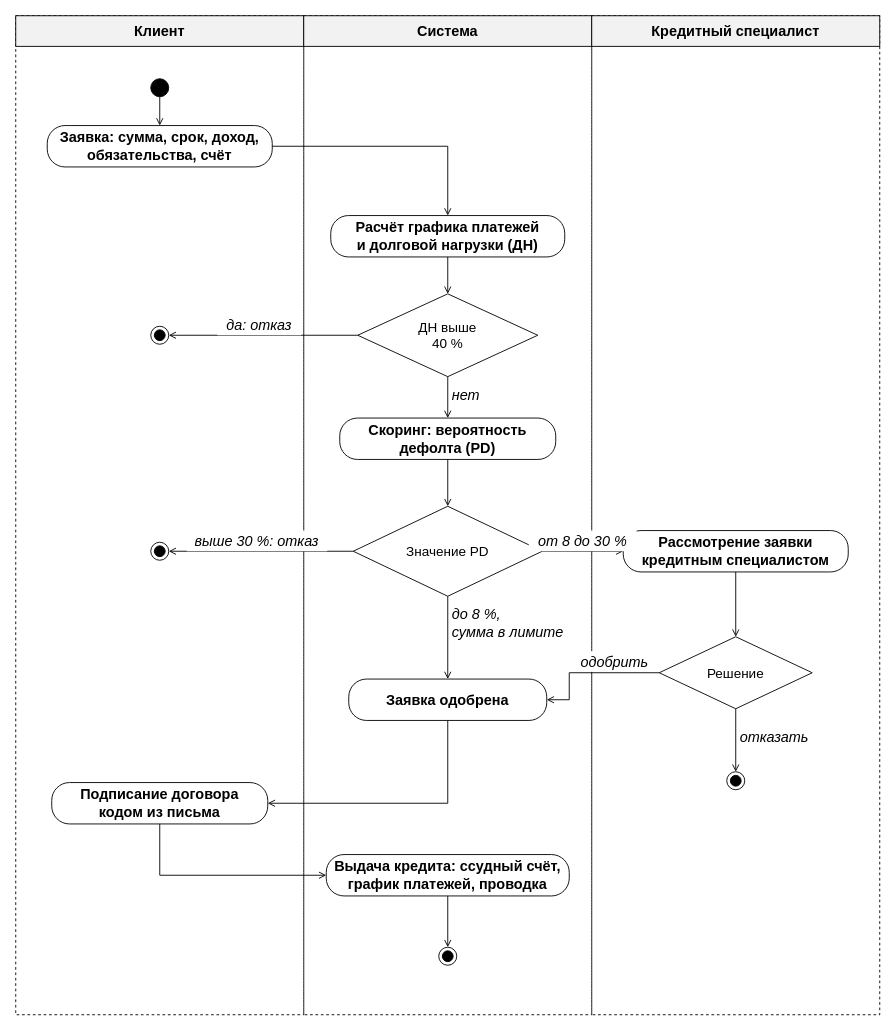
vladmeshkov/js-course-work keeps this draw.io diagram as page "Оформление кредита" (3 of 6) of docs/diagrams/views.drawio. Above is the earlier version. Source tidied: cells renumbered, new cells numbered last; positions are measured from the earlier drawing's top-left corner, leaving out a move shared by most shapes. Both pictures are drawn from the tidied source at 90%, with x=0, y=0 at pixel (15, 15).
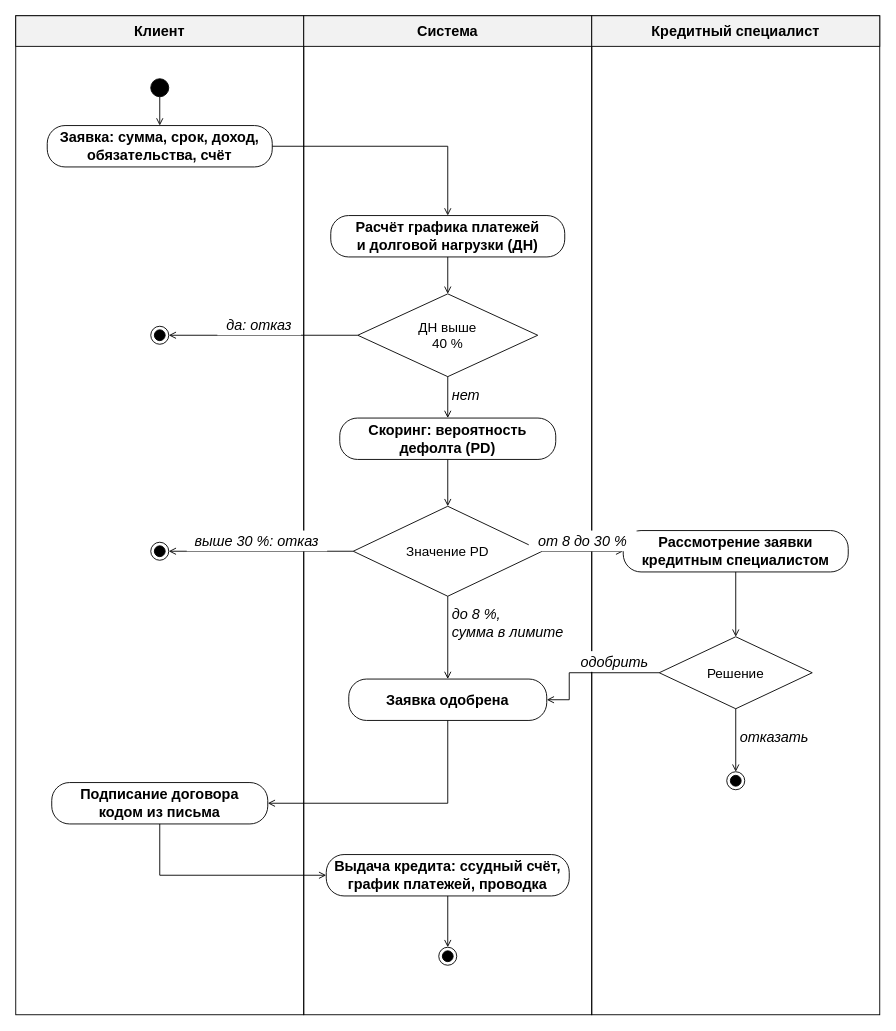
Above is the later version.

Change to the diagram source:
```diff
@@
-    <mxCell id="2" style="html=1;whiteSpace=wrap;fontFamily=Arial;fontSize=16;rounded=0;fillColor=none;strokeColor=#000;dashed=1;verticalAlign=top;align=left;spacingLeft=10;spacingTop=2;" parent="1" vertex="1">
+    <mxCell id="2" style="html=1;whiteSpace=wrap;fontFamily=Arial;fontSize=16;rounded=0;fillColor=none;strokeColor=#000;verticalAlign=top;align=left;spacingLeft=10;spacingTop=2;" parent="1" vertex="1">
       <mxGeometry width="320" height="1110" as="geometry" />
     </mxCell>
-    <mxCell id="3" style="html=1;whiteSpace=wrap;fontFamily=Arial;fontSize=16;rounded=0;fillColor=none;strokeColor=#000;dashed=1;verticalAlign=top;align=left;spacingLeft=10;spacingTop=2;" parent="1" vertex="1">
+    <mxCell id="3" style="html=1;whiteSpace=wrap;fontFamily=Arial;fontSize=16;rounded=0;fillColor=none;strokeColor=#000;verticalAlign=top;align=left;spacingLeft=10;spacingTop=2;" parent="1" vertex="1">
       <mxGeometry x="320" width="320" height="1110" as="geometry" />
     </mxCell>
-    <mxCell id="4" style="html=1;whiteSpace=wrap;fontFamily=Arial;fontSize=16;rounded=0;fillColor=none;strokeColor=#000;dashed=1;verticalAlign=top;align=left;spacingLeft=10;spacingTop=2;" parent="1" vertex="1">
+    <mxCell id="4" style="html=1;whiteSpace=wrap;fontFamily=Arial;fontSize=16;rounded=0;fillColor=none;strokeColor=#000;verticalAlign=top;align=left;spacingLeft=10;spacingTop=2;" parent="1" vertex="1">
       <mxGeometry x="640" width="320" height="1110" as="geometry" />
     </mxCell>
```
